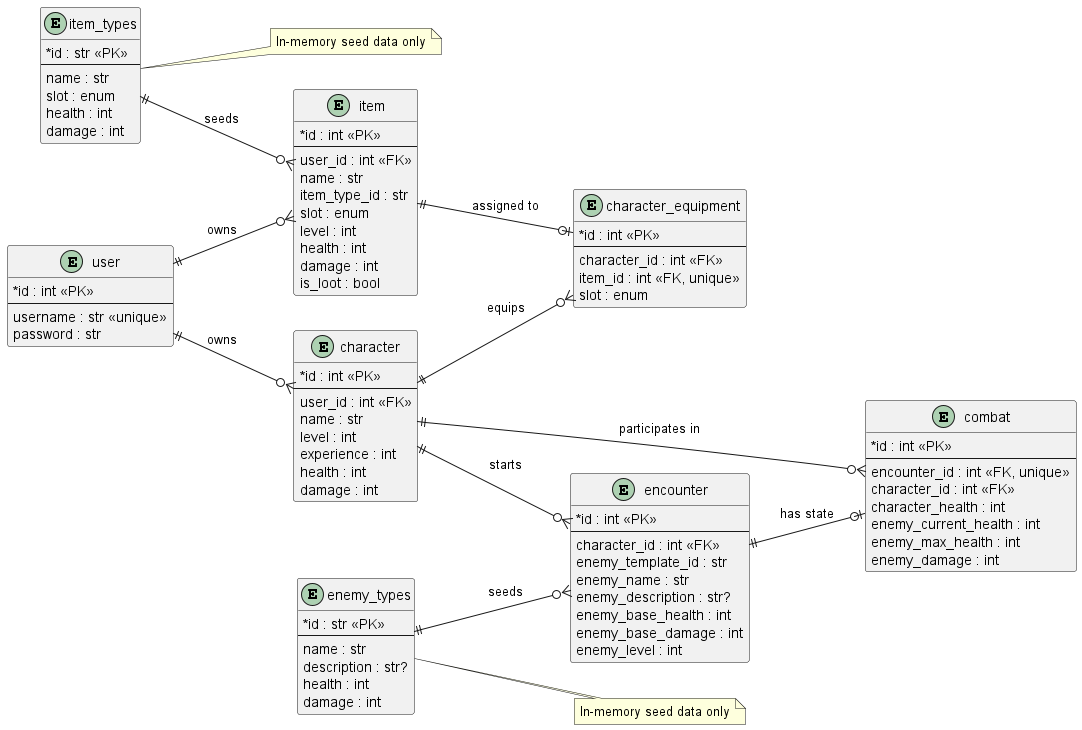
The PlantUML diagram docs/database-schema.png in cyborgwalrus/dungeons-and-databases, before a commit. The source it was exported from:
```plantuml
@startuml
left to right direction
skinparam shadowing false
skinparam classAttributeIconSize 0

hide methods
hide stereotypes

entity "item_types" as item_types {
  *id : str <<PK>>
  --
  name : str
  slot : enum
  health : int
  damage : int
}

note right of item_types
  In-memory seed data only
end note

entity "enemy_types" as enemy_types {
  *id : str <<PK>>
  --
  name : str
  description : str?
  health : int
  damage : int
}

note right of enemy_types
  In-memory seed data only
end note

entity "user" as user {
  *id : int <<PK>>
  --
  username : str <<unique>>
  password : str
}

entity "character" as character {
  *id : int <<PK>>
  --
  user_id : int <<FK>>
  name : str
  level : int
  experience : int
  health : int
  damage : int
}

entity "item" as item {
  *id : int <<PK>>
  --
  user_id : int <<FK>>
  name : str
  item_type_id : str
  slot : enum
  level : int
  health : int
  damage : int
  is_loot : bool
}

entity "character_equipment" as character_equipment {
  *id : int <<PK>>
  --
  character_id : int <<FK>>
  item_id : int <<FK, unique>>
  slot : enum
}

entity "encounter" as encounter {
  *id : int <<PK>>
  --
  character_id : int <<FK>>
  enemy_template_id : str
  enemy_name : str
  enemy_description : str?
  enemy_base_health : int
  enemy_base_damage : int
  enemy_level : int
}

entity "combat" as combat {
  *id : int <<PK>>
  --
  encounter_id : int <<FK, unique>>
  character_id : int <<FK>>
  character_health : int
  enemy_current_health : int
  enemy_max_health : int
  enemy_damage : int
}

user ||--o{ character : owns
user ||--o{ item : owns
item_types ||--o{ item : seeds
character ||--o{ character_equipment : equips
item ||--o| character_equipment : assigned to
enemy_types ||--o{ encounter : seeds
character ||--o{ encounter : starts
encounter ||--o| combat : has state
character ||--o{ combat : participates in

@enduml
```
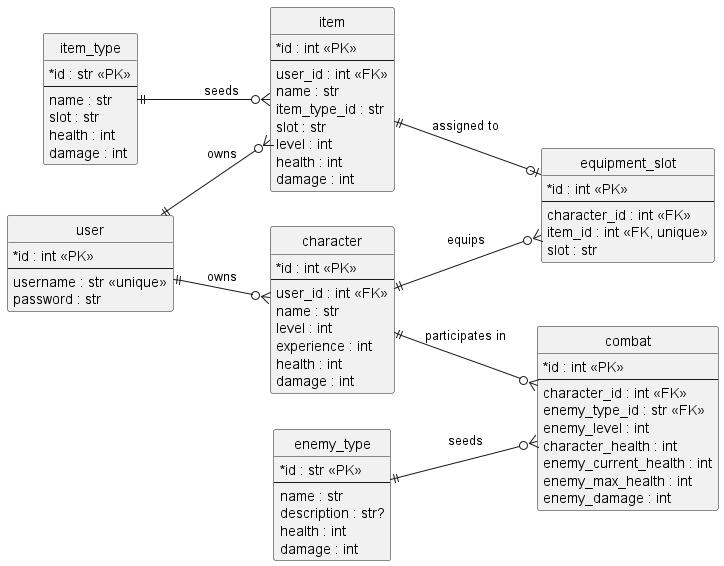
The same file after the commit.

Change to the diagram source:
```diff
@@ -1,25 +1,22 @@
-@startuml
+@startuml database-schema
 left to right direction
 skinparam shadowing false
 skinparam classAttributeIconSize 0
 
 hide methods
 hide stereotypes
+hide circle
 
-entity "item_types" as item_types {
+entity "item_type" as item_type {
   *id : str <<PK>>
   --
   name : str
-  slot : enum
+  slot : str
   health : int
   damage : int
 }
 
-note right of item_types
-  In-memory seed data only
-end note
-
-entity "enemy_types" as enemy_types {
+entity "enemy_type" as enemy_type {
   *id : str <<PK>>
   --
   name : str
@@ -27,10 +24,6 @@
   health : int
   damage : int
 }
-
-note right of enemy_types
-  In-memory seed data only
-end note
 
 entity "user" as user {
   *id : int <<PK>>
@@ -56,38 +49,26 @@
   user_id : int <<FK>>
   name : str
   item_type_id : str
-  slot : enum
+  slot : str
   level : int
   health : int
   damage : int
-  is_loot : bool
 }
 
-entity "character_equipment" as character_equipment {
+entity "equipment_slot" as equipment_slot {
   *id : int <<PK>>
   --
   character_id : int <<FK>>
   item_id : int <<FK, unique>>
-  slot : enum
-}
-
-entity "encounter" as encounter {
-  *id : int <<PK>>
-  --
-  character_id : int <<FK>>
-  enemy_template_id : str
-  enemy_name : str
-  enemy_description : str?
-  enemy_base_health : int
-  enemy_base_damage : int
-  enemy_level : int
+  slot : str
 }
 
 entity "combat" as combat {
   *id : int <<PK>>
   --
-  encounter_id : int <<FK, unique>>
   character_id : int <<FK>>
+  enemy_type_id : str <<FK>>
+  enemy_level : int
   character_health : int
   enemy_current_health : int
   enemy_max_health : int
@@ -96,12 +77,10 @@
 
 user ||--o{ character : owns
 user ||--o{ item : owns
-item_types ||--o{ item : seeds
-character ||--o{ character_equipment : equips
-item ||--o| character_equipment : assigned to
-enemy_types ||--o{ encounter : seeds
-character ||--o{ encounter : starts
-encounter ||--o| combat : has state
+item_type ||--o{ item : seeds
+character ||--o{ equipment_slot : equips
+item ||--o| equipment_slot : assigned to
+enemy_type ||--o{ combat : seeds
 character ||--o{ combat : participates in
 
 @enduml
```
